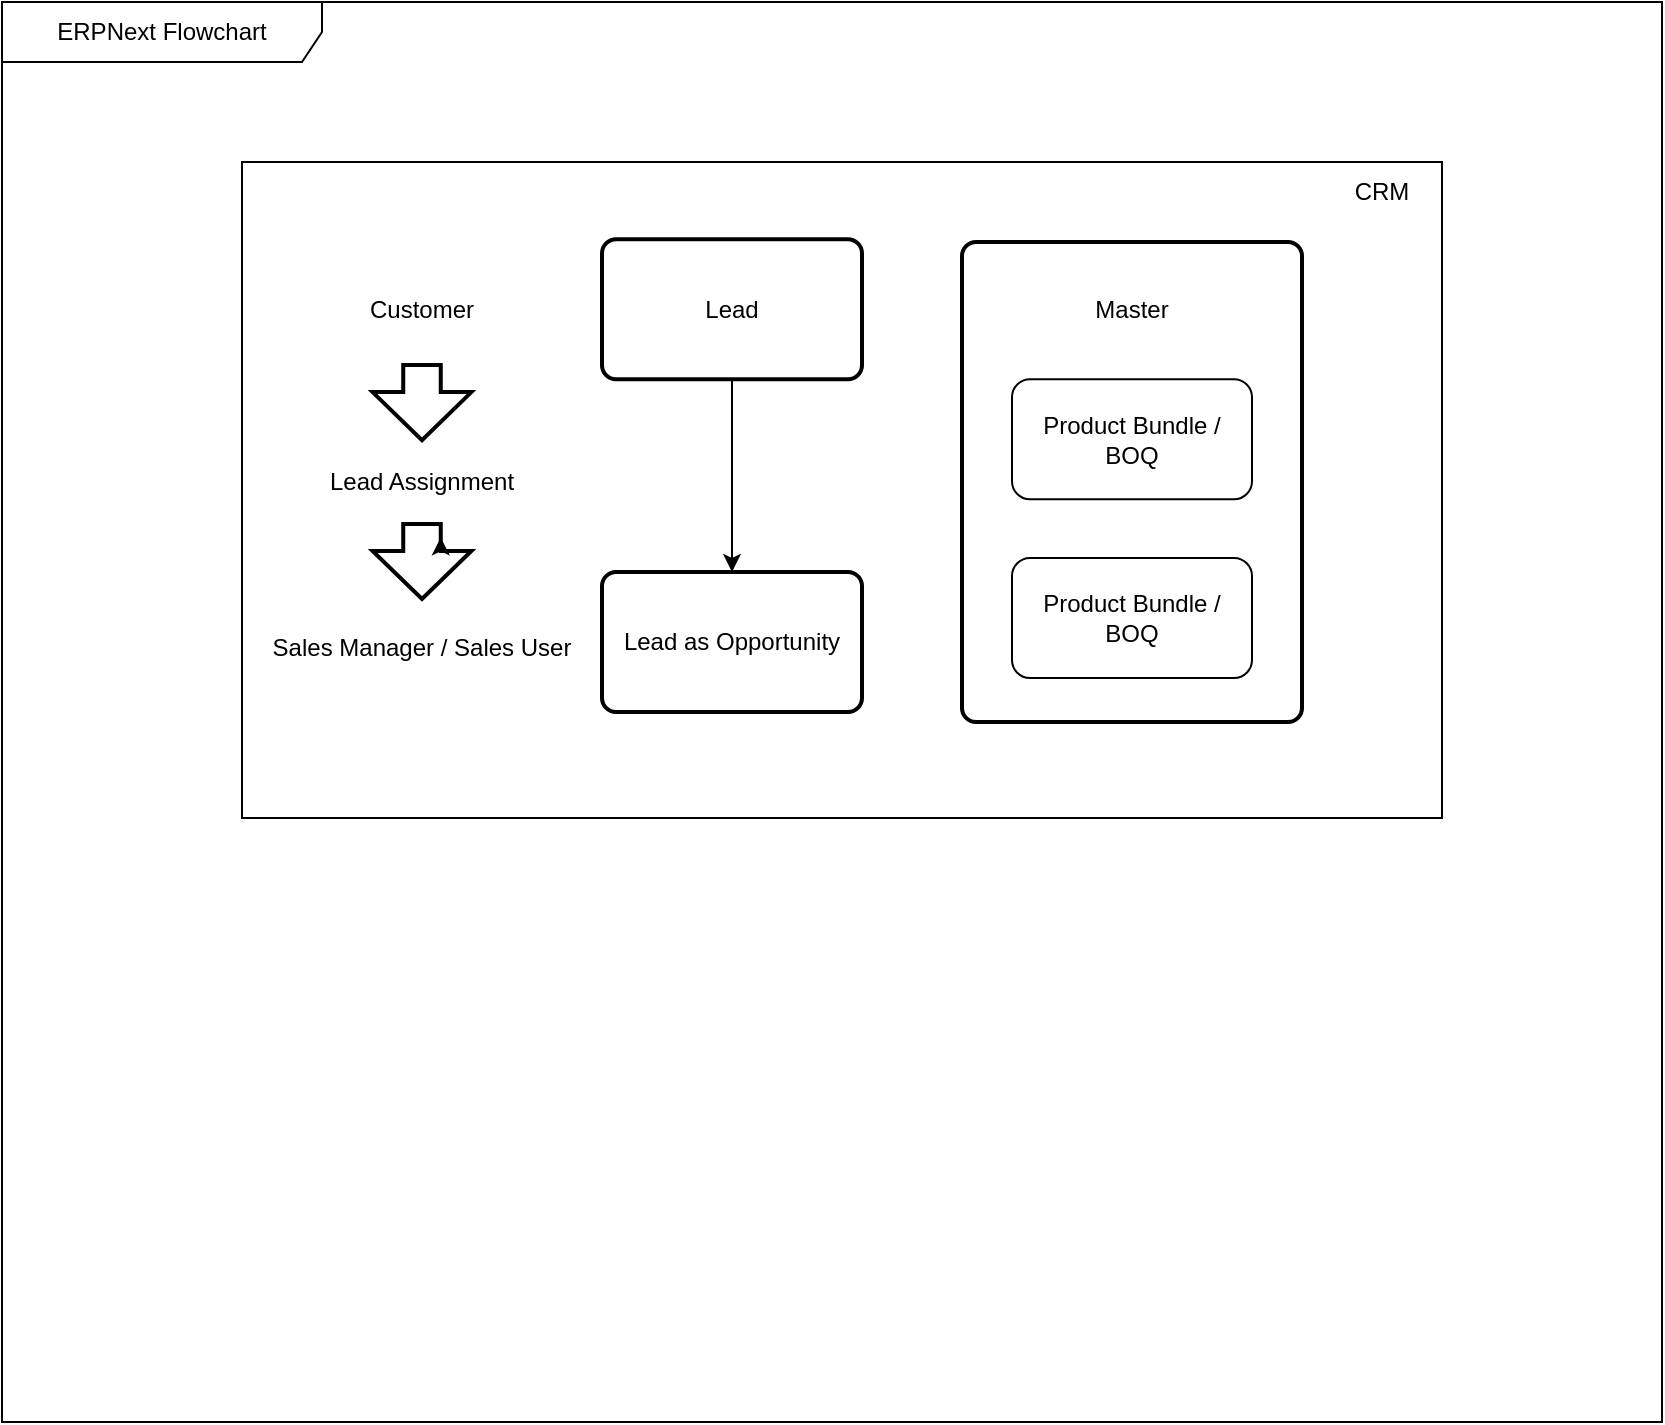
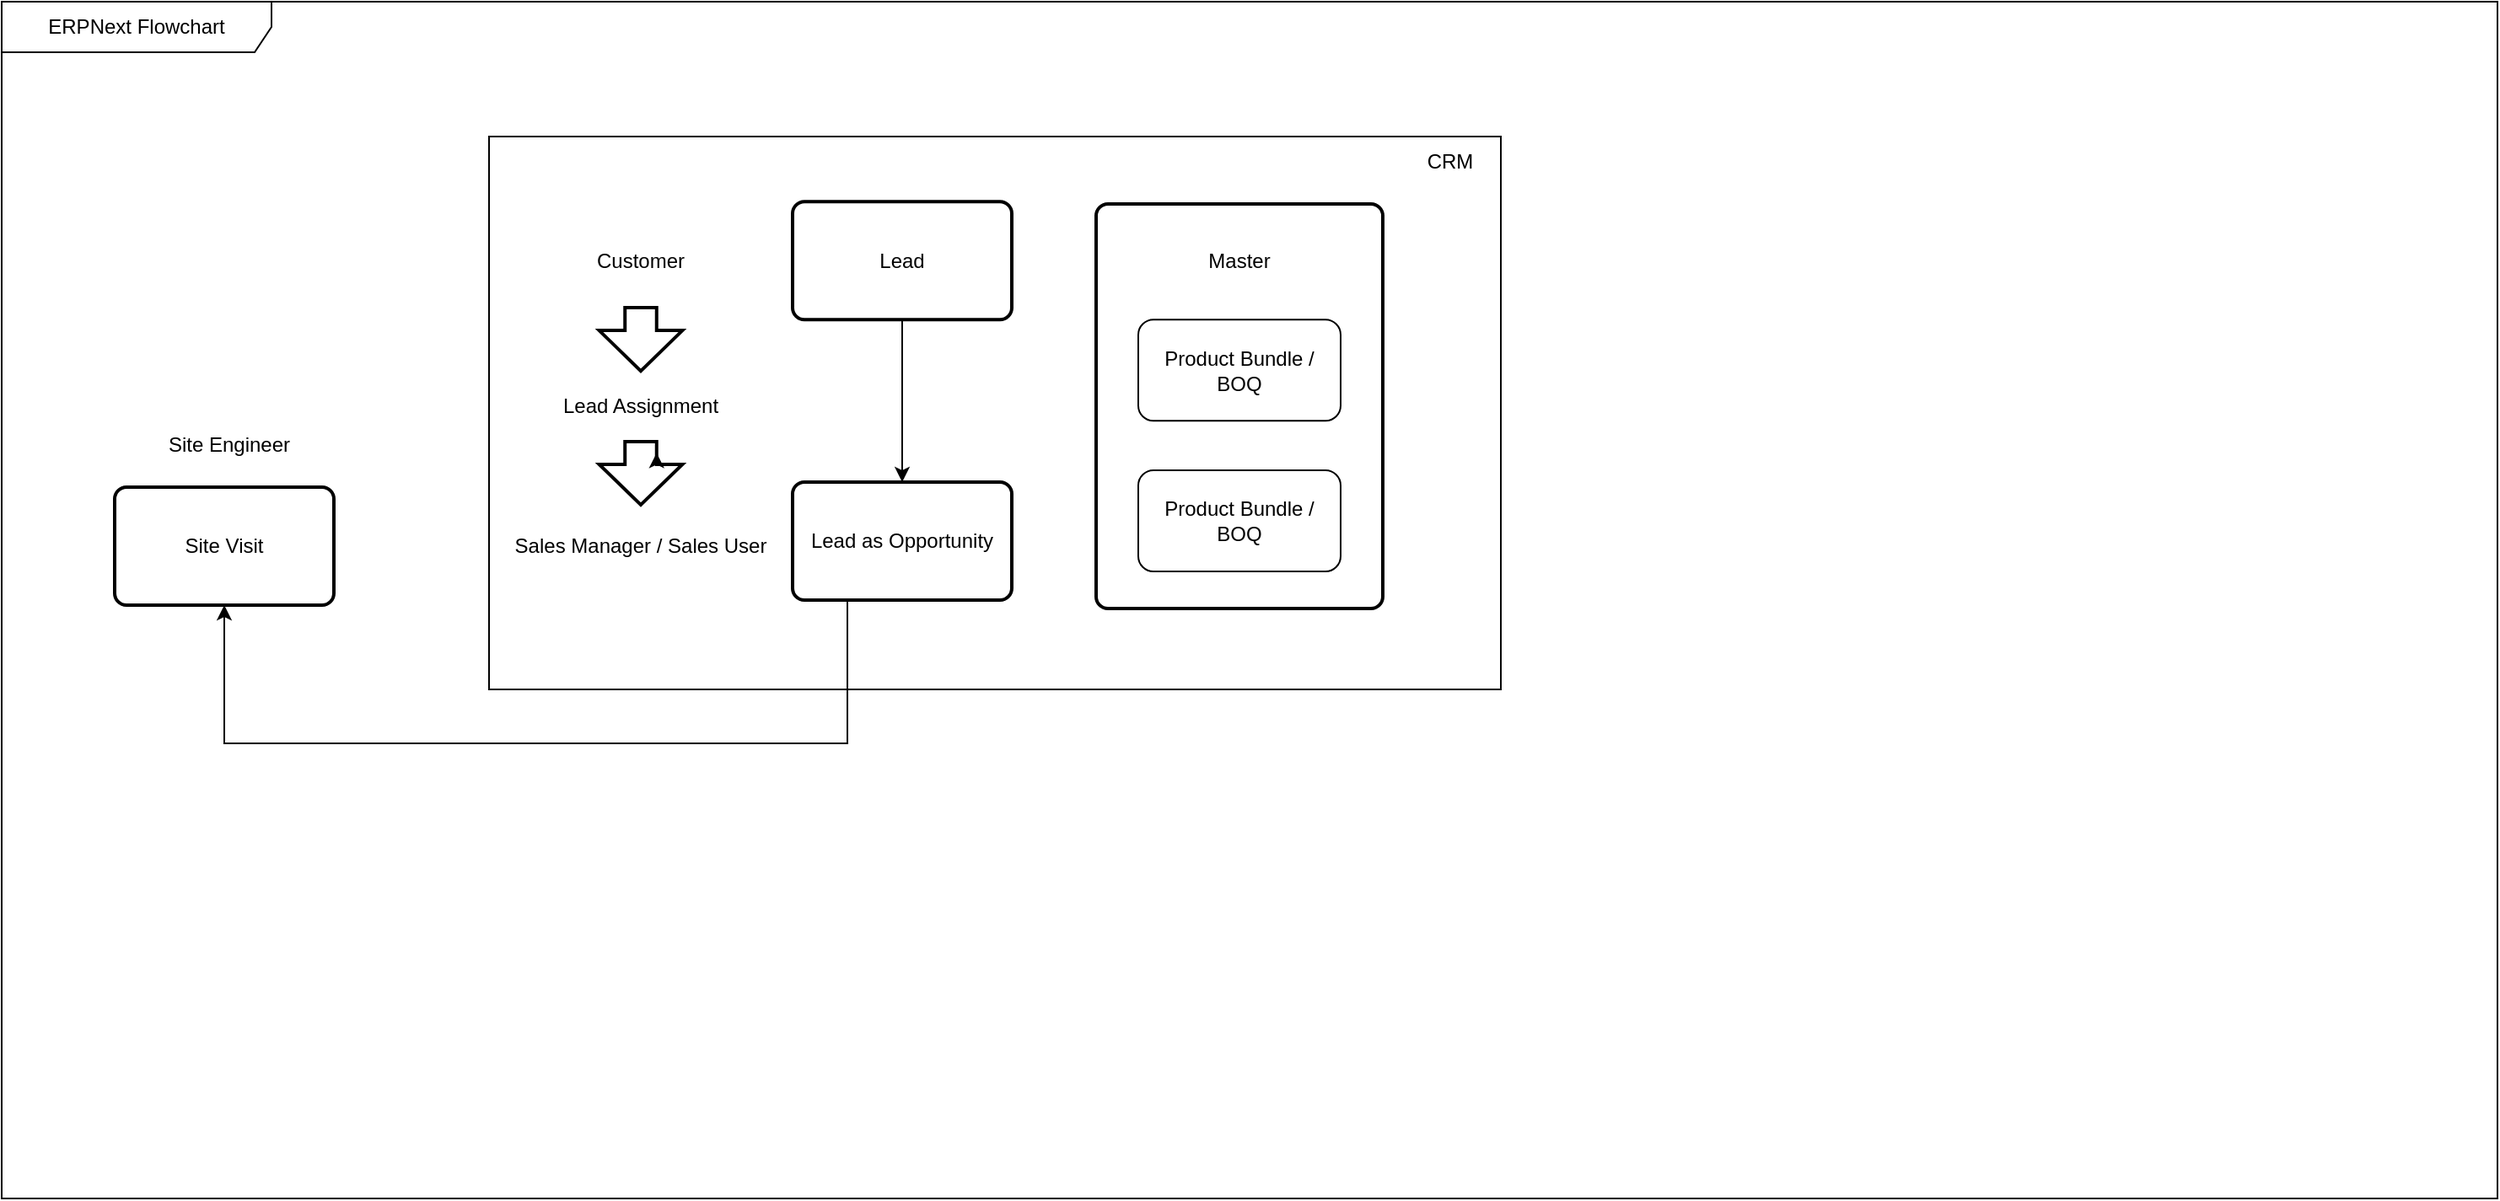
<mxfile host="Electron" agent="Mozilla/5.0 (Windows NT 10.0; Win64; x64) AppleWebKit/537.36 (KHTML, like Gecko) draw.io/28.2.5 Chrome/138.0.7204.251 Electron/37.6.1 Safari/537.36" version="28.2.5">
  <diagram name="ERPNext-Flowchart" id="5VQpRf3UxsrrhgqVb7EB">
-     <mxGraphModel dx="1111" dy="537" grid="1" gridSize="10" guides="1" tooltips="1" connect="1" arrows="1" fold="1" page="1" pageScale="1" pageWidth="827" pageHeight="1169" math="0" shadow="0">
+     <mxGraphModel dx="1938" dy="537" grid="1" gridSize="10" guides="1" tooltips="1" connect="1" arrows="1" fold="1" page="1" pageScale="1" pageWidth="827" pageHeight="1169" math="0" shadow="0">
      <root>
        <mxCell id="0" />
        <mxCell id="1" parent="0" />
        <mxCell id="KllrkMzeH1JwtFpocHV2-1" value="ERPNext Flowchart" style="shape=umlFrame;whiteSpace=wrap;html=1;pointerEvents=0;recursiveResize=0;container=1;collapsible=0;width=160;" parent="1" vertex="1">
-           <mxGeometry x="40" y="200" width="830" height="710" as="geometry" />
+           <mxGeometry x="-610" y="200" width="1480" height="710" as="geometry" />
        </mxCell>
        <mxCell id="KllrkMzeH1JwtFpocHV2-4" value="" style="rounded=0;whiteSpace=wrap;html=1;" parent="KllrkMzeH1JwtFpocHV2-1" vertex="1">
-           <mxGeometry x="120" y="80" width="600" height="328" as="geometry" />
+           <mxGeometry x="289" y="80" width="600" height="328" as="geometry" />
        </mxCell>
        <mxCell id="KllrkMzeH1JwtFpocHV2-5" value="CRM" style="text;html=1;align=center;verticalAlign=middle;whiteSpace=wrap;rounded=0;" parent="KllrkMzeH1JwtFpocHV2-1" vertex="1">
-           <mxGeometry x="660" y="80" width="60" height="30" as="geometry" />
+           <mxGeometry x="829" y="80" width="60" height="30" as="geometry" />
        </mxCell>
        <mxCell id="KllrkMzeH1JwtFpocHV2-8" style="edgeStyle=orthogonalEdgeStyle;rounded=0;orthogonalLoop=1;jettySize=auto;html=1;entryX=0.5;entryY=0;entryDx=0;entryDy=0;" parent="KllrkMzeH1JwtFpocHV2-1" source="KllrkMzeH1JwtFpocHV2-6" target="KllrkMzeH1JwtFpocHV2-7" edge="1">
          <mxGeometry relative="1" as="geometry" />
        </mxCell>
        <mxCell id="KllrkMzeH1JwtFpocHV2-6" value="Lead" style="rounded=1;whiteSpace=wrap;html=1;absoluteArcSize=1;arcSize=14;strokeWidth=2;" parent="KllrkMzeH1JwtFpocHV2-1" vertex="1">
-           <mxGeometry x="300" y="118.62" width="130" height="70" as="geometry" />
+           <mxGeometry x="469" y="118.62" width="130" height="70" as="geometry" />
+         </mxCell>
+         <mxCell id="HfOkyrBZXoMukZalgRzS-3" style="edgeStyle=orthogonalEdgeStyle;rounded=0;orthogonalLoop=1;jettySize=auto;html=1;exitX=0.25;exitY=1;exitDx=0;exitDy=0;entryX=0.5;entryY=1;entryDx=0;entryDy=0;" edge="1" parent="KllrkMzeH1JwtFpocHV2-1" source="KllrkMzeH1JwtFpocHV2-7" target="HfOkyrBZXoMukZalgRzS-1">
+           <mxGeometry relative="1" as="geometry">
+             <Array as="points">
+               <mxPoint x="502" y="440" />
+               <mxPoint x="132" y="440" />
+             </Array>
+           </mxGeometry>
        </mxCell>
        <mxCell id="KllrkMzeH1JwtFpocHV2-7" value="Lead as Opportunity" style="rounded=1;whiteSpace=wrap;html=1;absoluteArcSize=1;arcSize=14;strokeWidth=2;" parent="KllrkMzeH1JwtFpocHV2-1" vertex="1">
-           <mxGeometry x="300" y="285" width="130" height="70" as="geometry" />
+           <mxGeometry x="469" y="285" width="130" height="70" as="geometry" />
        </mxCell>
        <mxCell id="C1Wobmr2DnB0NistbBoQ-4" value="Customer" style="text;html=1;align=center;verticalAlign=middle;whiteSpace=wrap;rounded=0;" parent="KllrkMzeH1JwtFpocHV2-1" vertex="1">
-           <mxGeometry x="120" y="138.62" width="180" height="30" as="geometry" />
+           <mxGeometry x="289" y="138.62" width="180" height="30" as="geometry" />
        </mxCell>
        <mxCell id="C1Wobmr2DnB0NistbBoQ-7" value="Sales Manager / Sales User" style="text;html=1;align=center;verticalAlign=middle;whiteSpace=wrap;rounded=0;" parent="KllrkMzeH1JwtFpocHV2-1" vertex="1">
-           <mxGeometry x="120" y="308" width="180" height="30" as="geometry" />
+           <mxGeometry x="289" y="308" width="180" height="30" as="geometry" />
        </mxCell>
        <mxCell id="C1Wobmr2DnB0NistbBoQ-9" value="" style="verticalLabelPosition=bottom;verticalAlign=top;html=1;strokeWidth=2;shape=mxgraph.arrows2.arrow;dy=0.62;dx=24;notch=0;rotation=90;" parent="KllrkMzeH1JwtFpocHV2-1" vertex="1">
-           <mxGeometry x="191.25" y="175.62" width="37.5" height="49.38" as="geometry" />
+           <mxGeometry x="360.25" y="175.62" width="37.5" height="49.38" as="geometry" />
        </mxCell>
        <mxCell id="C1Wobmr2DnB0NistbBoQ-10" value="" style="verticalLabelPosition=bottom;verticalAlign=top;html=1;strokeWidth=2;shape=mxgraph.arrows2.arrow;dy=0.62;dx=24;notch=0;rotation=90;" parent="KllrkMzeH1JwtFpocHV2-1" vertex="1">
-           <mxGeometry x="191.25" y="255" width="37.5" height="49.38" as="geometry" />
+           <mxGeometry x="360.25" y="255" width="37.5" height="49.38" as="geometry" />
        </mxCell>
-         <mxCell id="mgzSuXylah5s0_LilTAz-1" value="" style="rounded=1;whiteSpace=wrap;html=1;absoluteArcSize=1;arcSize=14;strokeWidth=2;" vertex="1" parent="KllrkMzeH1JwtFpocHV2-1">
-           <mxGeometry x="480" y="120" width="170" height="240" as="geometry" />
+         <mxCell id="mgzSuXylah5s0_LilTAz-1" value="" style="rounded=1;whiteSpace=wrap;html=1;absoluteArcSize=1;arcSize=14;strokeWidth=2;" parent="KllrkMzeH1JwtFpocHV2-1" vertex="1">
+           <mxGeometry x="649" y="120" width="170" height="240" as="geometry" />
        </mxCell>
-         <mxCell id="mgzSuXylah5s0_LilTAz-3" value="Master" style="text;html=1;align=center;verticalAlign=middle;whiteSpace=wrap;rounded=0;" vertex="1" parent="KllrkMzeH1JwtFpocHV2-1">
-           <mxGeometry x="535" y="138.62" width="60" height="30" as="geometry" />
+         <mxCell id="mgzSuXylah5s0_LilTAz-3" value="Master" style="text;html=1;align=center;verticalAlign=middle;whiteSpace=wrap;rounded=0;" parent="KllrkMzeH1JwtFpocHV2-1" vertex="1">
+           <mxGeometry x="704" y="138.62" width="60" height="30" as="geometry" />
        </mxCell>
-         <mxCell id="mgzSuXylah5s0_LilTAz-4" value="Product Bundle / BOQ" style="rounded=1;whiteSpace=wrap;html=1;" vertex="1" parent="KllrkMzeH1JwtFpocHV2-1">
-           <mxGeometry x="505" y="188.62" width="120" height="60" as="geometry" />
+         <mxCell id="mgzSuXylah5s0_LilTAz-4" value="Product Bundle / BOQ" style="rounded=1;whiteSpace=wrap;html=1;" parent="KllrkMzeH1JwtFpocHV2-1" vertex="1">
+           <mxGeometry x="674" y="188.62" width="120" height="60" as="geometry" />
        </mxCell>
-         <mxCell id="mgzSuXylah5s0_LilTAz-5" value="Product Bundle / BOQ" style="rounded=1;whiteSpace=wrap;html=1;" vertex="1" parent="KllrkMzeH1JwtFpocHV2-1">
-           <mxGeometry x="505" y="278" width="120" height="60" as="geometry" />
+         <mxCell id="mgzSuXylah5s0_LilTAz-5" value="Product Bundle / BOQ" style="rounded=1;whiteSpace=wrap;html=1;" parent="KllrkMzeH1JwtFpocHV2-1" vertex="1">
+           <mxGeometry x="674" y="278" width="120" height="60" as="geometry" />
        </mxCell>
        <mxCell id="C1Wobmr2DnB0NistbBoQ-6" value="Lead Assignment" style="text;html=1;align=center;verticalAlign=middle;whiteSpace=wrap;rounded=0;" parent="KllrkMzeH1JwtFpocHV2-1" vertex="1">
-           <mxGeometry x="120" y="225" width="180" height="30" as="geometry" />
+           <mxGeometry x="289" y="225" width="180" height="30" as="geometry" />
        </mxCell>
-         <mxCell id="mgzSuXylah5s0_LilTAz-6" style="edgeStyle=orthogonalEdgeStyle;rounded=0;orthogonalLoop=1;jettySize=auto;html=1;exitX=0;exitY=0;exitDx=13.5;exitDy=15.3078;exitPerimeter=0;entryX=0;entryY=0;entryDx=6.75;entryDy=15.3078;entryPerimeter=0;" edge="1" parent="KllrkMzeH1JwtFpocHV2-1" source="C1Wobmr2DnB0NistbBoQ-10" target="C1Wobmr2DnB0NistbBoQ-10">
+         <mxCell id="mgzSuXylah5s0_LilTAz-6" style="edgeStyle=orthogonalEdgeStyle;rounded=0;orthogonalLoop=1;jettySize=auto;html=1;exitX=0;exitY=0;exitDx=13.5;exitDy=15.3078;exitPerimeter=0;entryX=0;entryY=0;entryDx=6.75;entryDy=15.3078;entryPerimeter=0;" parent="KllrkMzeH1JwtFpocHV2-1" source="C1Wobmr2DnB0NistbBoQ-10" target="C1Wobmr2DnB0NistbBoQ-10" edge="1">
          <mxGeometry relative="1" as="geometry" />
+         </mxCell>
+         <mxCell id="HfOkyrBZXoMukZalgRzS-1" value="Site Visit" style="rounded=1;whiteSpace=wrap;html=1;absoluteArcSize=1;arcSize=14;strokeWidth=2;" vertex="1" parent="KllrkMzeH1JwtFpocHV2-1">
+           <mxGeometry x="67" y="288" width="130" height="70" as="geometry" />
+         </mxCell>
+         <mxCell id="HfOkyrBZXoMukZalgRzS-2" value="Site Engineer" style="text;html=1;align=center;verticalAlign=middle;whiteSpace=wrap;rounded=0;" vertex="1" parent="KllrkMzeH1JwtFpocHV2-1">
+           <mxGeometry x="70" y="248" width="130" height="30" as="geometry" />
        </mxCell>
      </root>
    </mxGraphModel>
  </diagram>
</mxfile>
